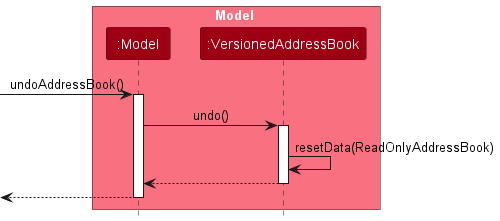
This is docs/images/UndoSequenceDiagram-Model.png from nus-cs2103-AY2425S1/tp, a PlantUML export, as it was before one commit.
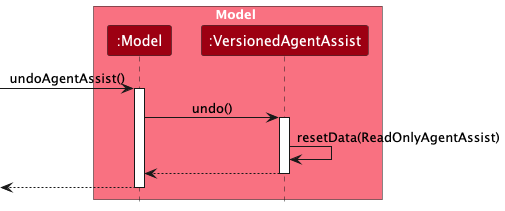
After the commit.

Change to the diagram source:
```diff
@@ -4,18 +4,18 @@
 
 box Model MODEL_COLOR_T1
 participant ":Model" as Model MODEL_COLOR
-participant ":VersionedAddressBook" as VersionedAddressBook MODEL_COLOR
+participant ":VersionedAgentAssist" as VersionedAgentAssist MODEL_COLOR
 end box
 
-[-> Model : undoAddressBook()
+[-> Model : undoAgentAssist()
 activate Model
 
-Model -> VersionedAddressBook : undo()
-activate VersionedAddressBook
+Model -> VersionedAgentAssist : undo()
+activate VersionedAgentAssist
 
-VersionedAddressBook -> VersionedAddressBook :resetData(ReadOnlyAddressBook)
-VersionedAddressBook --> Model :
-deactivate VersionedAddressBook
+VersionedAgentAssist -> VersionedAgentAssist :resetData(ReadOnlyAgentAssist)
+VersionedAgentAssist --> Model :
+deactivate VersionedAgentAssist
 
 [<-- Model
 deactivate Model
```
